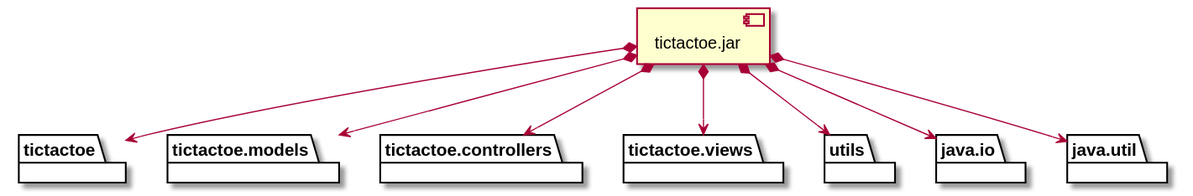
Above: docs/build/docs/asciidoc/images/diagramaImplementacion.svg in x-USantaTecla-game-ticTacToe/java (PlantUML), before the change.
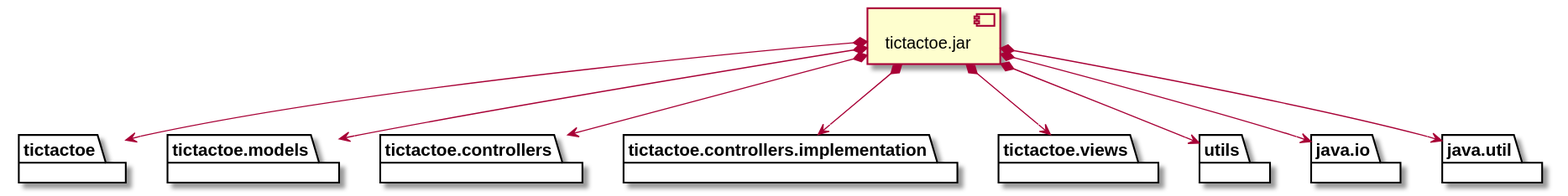
The same diagram one commit later.

Diff of the diagram source:
```diff
@@ -5,6 +5,8 @@
 package "  "  as tictactoe.models {
 }
 package "  "  as tictactoe.controllers {
+}
+package "  "  as tictactoe.controllers.implementation {
 }
 package "  "  as tictactoe.views {
 }
@@ -20,6 +22,7 @@
 jar *--> tictactoe
 jar *--> tictactoe.models
 jar *--> tictactoe.controllers
+jar *--> tictactoe.controllers.implementation
 jar *--> tictactoe.views
 jar *--> utils
 jar *--> java.io
```
